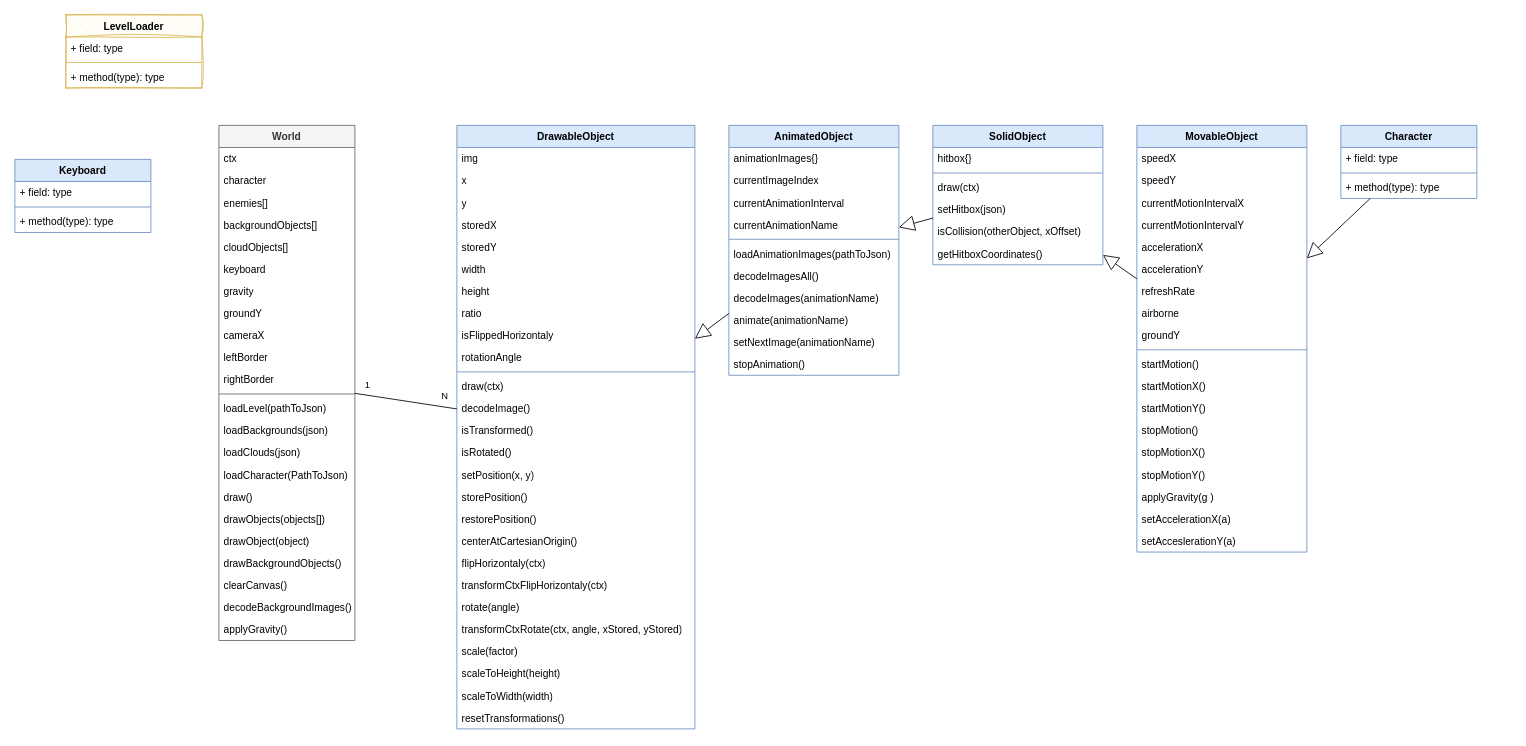
ReinhardWansch/ElPolloLoco keeps this draw.io diagram as uml/classDiagram.drawio. Above is the earlier version. Source tidied: cells renumbered, new cells numbered last; positions are measured from the earlier drawing's top-left corner, leaving out a move shared by most shapes. Both pictures are drawn from the tidied source at 85%, with x=0, y=0 at pixel (14, 14).
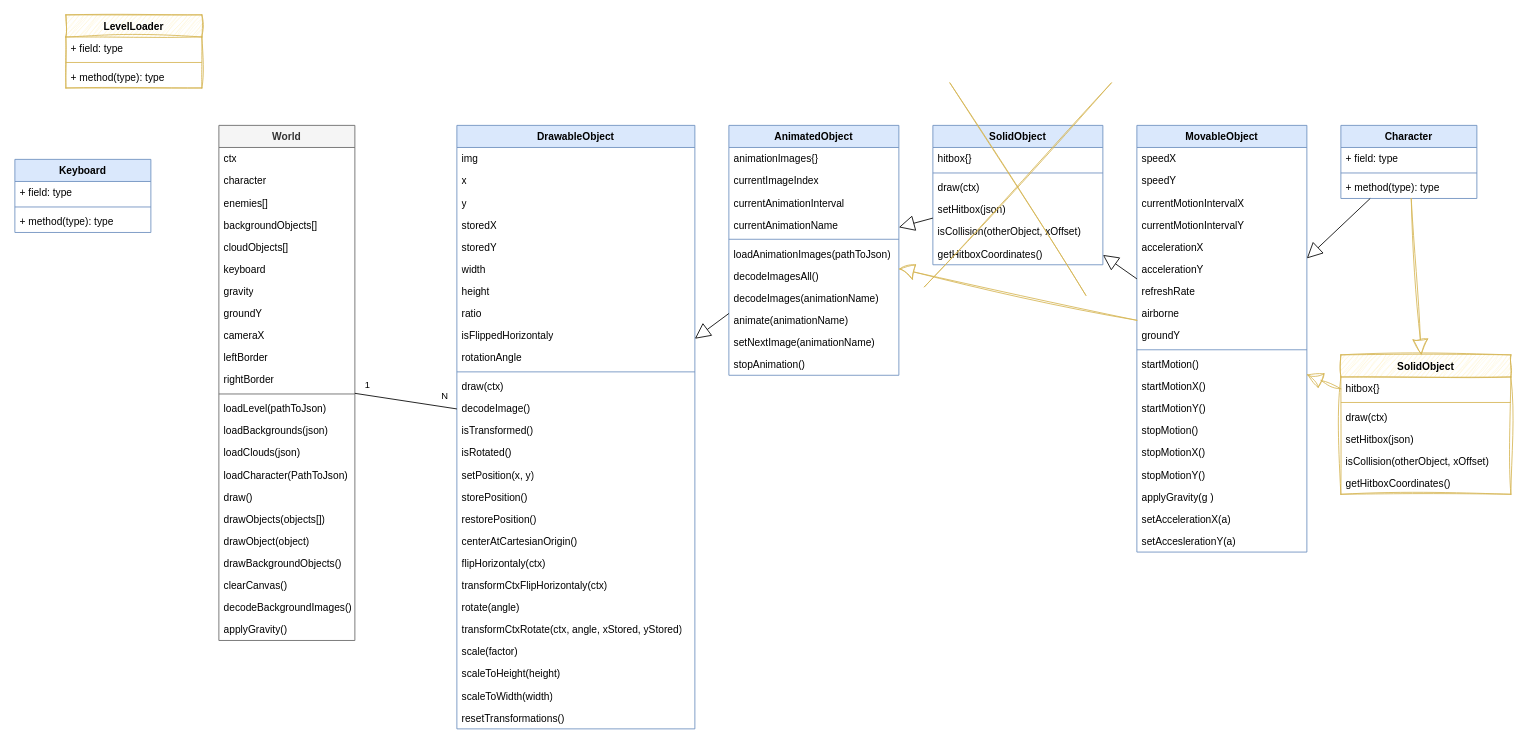
After the change.

Unchanged cells that the change refers to:
```xml
<mxCell id="30" value="AnimatedObject" style="swimlane;fontStyle=1;align=center;verticalAlign=top;horizontal=1;startSize=26;whiteSpace=wrap;html=1;fillColor=#dae8fc;strokeColor=#6c8ebf;" parent="1" vertex="1">
  <mxGeometry x="840" y="130" width="200" height="294" as="geometry" />
</mxCell>
<mxCell id="43" value="MovableObject" style="swimlane;fontStyle=1;align=center;verticalAlign=top;horizontal=1;startSize=26;whiteSpace=wrap;html=1;fillColor=#dae8fc;strokeColor=#6c8ebf;" parent="1" vertex="1">
  <mxGeometry x="1320" y="130" width="200" height="502" as="geometry" />
</mxCell>
<mxCell id="95" value="Character" style="swimlane;fontStyle=1;align=center;verticalAlign=top;horizontal=1;startSize=26;whiteSpace=wrap;html=1;fillColor=#dae8fc;strokeColor=#6c8ebf;" parent="1" vertex="1">
  <mxGeometry x="1560" y="130" width="160" height="86" as="geometry" />
</mxCell>
```

Change to the diagram source:
```diff
@@
+    <mxCell id="112" value="SolidObject" style="swimlane;fontStyle=1;align=center;verticalAlign=top;horizontal=1;startSize=26;whiteSpace=wrap;html=1;fillColor=#fff2cc;strokeColor=#d6b656;sketch=1;curveFitting=1;jiggle=2;" parent="1" vertex="1">
+      <mxGeometry x="1560" y="400" width="200" height="164" as="geometry" />
+    </mxCell>
+    <mxCell id="113" value="hitbox{}" style="text;strokeColor=none;fillColor=none;align=left;verticalAlign=top;spacingLeft=4;spacingRight=4;overflow=hidden;whiteSpace=wrap;html=1;" parent="112" vertex="1">
+      <mxGeometry y="26" width="200" height="26" as="geometry" />
+    </mxCell>
+    <mxCell id="114" style="line;strokeWidth=1;fillColor=none;align=left;verticalAlign=middle;spacingTop=-1;spacingLeft=3;spacingRight=3;labelPosition=right;strokeColor=inherit;" parent="112" vertex="1">
+      <mxGeometry y="52" width="200" height="8" as="geometry" />
+    </mxCell>
+    <mxCell id="115" value="draw(ctx)" style="text;strokeColor=none;fillColor=none;align=left;verticalAlign=top;spacingLeft=4;spacingRight=4;overflow=hidden;whiteSpace=wrap;html=1;" parent="112" vertex="1">
+      <mxGeometry y="60" width="200" height="26" as="geometry" />
+    </mxCell>
+    <mxCell id="116" value="setHitbox(json)" style="text;strokeColor=none;fillColor=none;align=left;verticalAlign=top;spacingLeft=4;spacingRight=4;overflow=hidden;whiteSpace=wrap;html=1;" parent="112" vertex="1">
+      <mxGeometry y="86" width="200" height="26" as="geometry" />
+    </mxCell>
+    <mxCell id="117" value="isCollision(otherObject, xOffset)" style="text;strokeColor=none;fillColor=none;align=left;verticalAlign=top;spacingLeft=4;spacingRight=4;overflow=hidden;whiteSpace=wrap;html=1;" parent="112" vertex="1">
+      <mxGeometry y="112" width="200" height="26" as="geometry" />
+    </mxCell>
+    <mxCell id="118" value="getHitboxCoordinates()" style="text;strokeColor=none;fillColor=none;align=left;verticalAlign=top;spacingLeft=4;spacingRight=4;overflow=hidden;whiteSpace=wrap;html=1;" parent="112" vertex="1">
+      <mxGeometry y="138" width="200" height="26" as="geometry" />
+    </mxCell>
+    <mxCell id="119" style="endArrow=block;endSize=16;endFill=0;html=1;rounded=0;fillColor=#fff2cc;strokeColor=#d6b656;sketch=1;curveFitting=1;jiggle=2;" parent="1" edge="1" source="95" target="112">
+      <mxGeometry relative="1" as="geometry" />
+    </mxCell>
+    <mxCell id="120" style="endArrow=block;endSize=16;endFill=0;html=1;rounded=0;fillColor=#fff2cc;strokeColor=#d6b656;sketch=1;curveFitting=1;jiggle=2;" parent="1" edge="1" source="112" target="43">
+      <mxGeometry relative="1" as="geometry" />
+    </mxCell>
+    <mxCell id="121" style="endArrow=none;html=1;rounded=0;fillColor=#fff2cc;strokeColor=#d6b656;sketch=1;curveFitting=1;jiggle=2;" parent="1" edge="1">
+      <mxGeometry relative="1" as="geometry">
+        <mxPoint x="1070" y="320" as="sourcePoint" />
+        <mxPoint x="1290" y="80" as="targetPoint" />
+      </mxGeometry>
+    </mxCell>
+    <mxCell id="122" style="endArrow=none;html=1;rounded=0;fillColor=#fff2cc;strokeColor=#d6b656;sketch=1;curveFitting=1;jiggle=2;" parent="1" edge="1">
+      <mxGeometry relative="1" as="geometry">
+        <mxPoint x="1260" y="330" as="sourcePoint" />
+        <mxPoint x="1100" y="80" as="targetPoint" />
+      </mxGeometry>
+    </mxCell>
+    <mxCell id="123" style="endArrow=block;endSize=16;endFill=0;html=1;rounded=0;fillColor=#fff2cc;strokeColor=#d6b656;sketch=1;curveFitting=1;jiggle=2;" parent="1" edge="1" source="43" target="30">
+      <mxGeometry relative="1" as="geometry" />
+    </mxCell>
```
